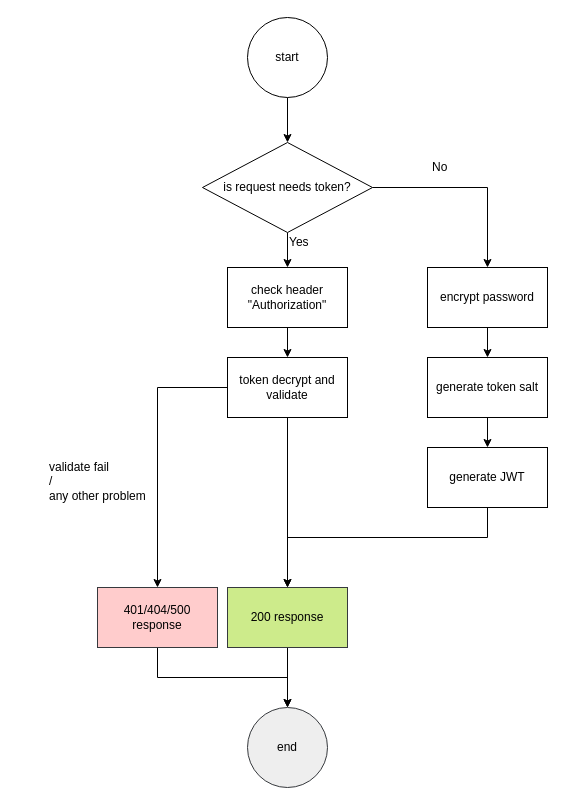
This is page "Page-3" (3 of 3) of microService/Spring Security with JWT.drawio from androidjp/draw-io-note, a draw.io file, before an edit. Source tidied: cells renumbered, new cells numbered last; positions are measured from the earlier drawing's top-left corner, leaving out a move shared by most shapes. Both pictures are drawn from the tidied source at 100%, with x=0, y=0 at pixel (47, 17).
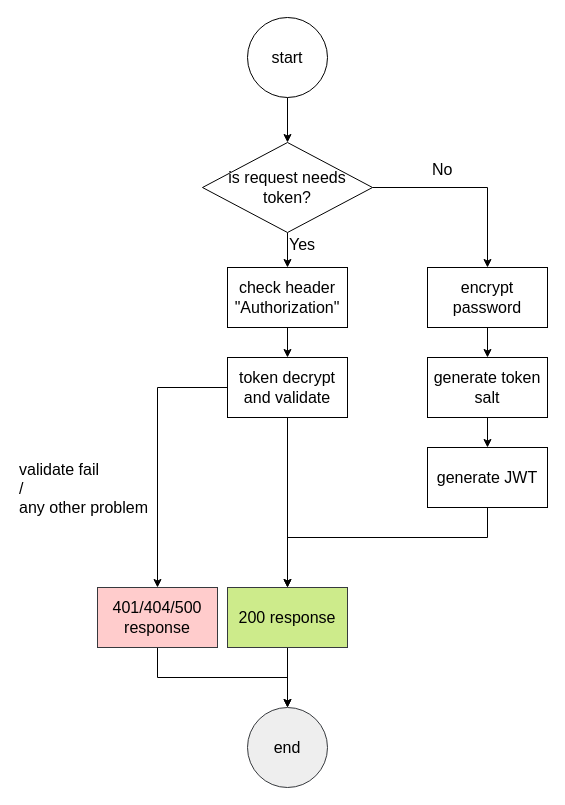
After the change.

Diff of the diagram source:
```diff
@@
-    <mxCell id="2" style="edgeStyle=orthogonalEdgeStyle;rounded=0;jettySize=auto;html=1;exitX=0.5;exitY=1;exitDx=0;exitDy=0;" parent="1" edge="1" source="3" target="14">
+    <mxCell id="2" style="edgeStyle=orthogonalEdgeStyle;rounded=0;jettySize=auto;html=1;exitX=0.5;exitY=1;exitDx=0;exitDy=0;fontSize=16;" parent="1" edge="1" source="3" target="14">
       <mxGeometry relative="1" as="geometry" />
     </mxCell>
-    <mxCell id="3" value="start" style="ellipse;whiteSpace=wrap;html=1;" parent="1" vertex="1">
+    <mxCell id="3" value="start" style="ellipse;whiteSpace=wrap;html=1;fontSize=16;" parent="1" vertex="1">
       <mxGeometry x="200" width="80" height="80" as="geometry" />
     </mxCell>
-    <mxCell id="4" style="edgeStyle=orthogonalEdgeStyle;rounded=0;jettySize=auto;html=1;" parent="1" edge="1" source="5" target="7">
+    <mxCell id="4" style="edgeStyle=orthogonalEdgeStyle;rounded=0;jettySize=auto;html=1;fontSize=16;" parent="1" edge="1" source="5" target="7">
       <mxGeometry relative="1" as="geometry" />
     </mxCell>
-    <mxCell id="5" value="encrypt password" style="rounded=0;whiteSpace=wrap;html=1;" parent="1" vertex="1">
+    <mxCell id="5" value="encrypt password" style="rounded=0;whiteSpace=wrap;html=1;fontSize=16;" parent="1" vertex="1">
       <mxGeometry x="380" y="250" width="120" height="60" as="geometry" />
     </mxCell>
-    <mxCell id="6" style="edgeStyle=orthogonalEdgeStyle;rounded=0;jettySize=auto;html=1;" parent="1" edge="1" source="7" target="9">
+    <mxCell id="6" style="edgeStyle=orthogonalEdgeStyle;rounded=0;jettySize=auto;html=1;fontSize=16;" parent="1" edge="1" source="7" target="9">
       <mxGeometry relative="1" as="geometry" />
     </mxCell>
-    <mxCell id="7" value="generate token salt" style="rounded=0;whiteSpace=wrap;html=1;" parent="1" vertex="1">
+    <mxCell id="7" value="generate token salt" style="rounded=0;whiteSpace=wrap;html=1;fontSize=16;" parent="1" vertex="1">
       <mxGeometry x="380" y="340" width="120" height="60" as="geometry" />
     </mxCell>
-    <mxCell id="8" style="edgeStyle=orthogonalEdgeStyle;rounded=0;jettySize=auto;html=1;exitX=0.5;exitY=1;exitDx=0;exitDy=0;" parent="1" edge="1" source="9" target="23">
+    <mxCell id="8" style="edgeStyle=orthogonalEdgeStyle;rounded=0;jettySize=auto;html=1;exitX=0.5;exitY=1;exitDx=0;exitDy=0;fontSize=16;" parent="1" edge="1" source="9" target="23">
       <mxGeometry relative="1" as="geometry">
         <Array as="points">
           <mxPoint x="440" y="520" />
           <mxPoint x="240" y="520" />
         </Array>
       </mxGeometry>
     </mxCell>
-    <mxCell id="9" value="generate JWT" style="rounded=0;whiteSpace=wrap;html=1;" parent="1" vertex="1">
+    <mxCell id="9" value="generate JWT" style="rounded=0;whiteSpace=wrap;html=1;fontSize=16;" parent="1" vertex="1">
       <mxGeometry x="380" y="430" width="120" height="60" as="geometry" />
     </mxCell>
-    <mxCell id="10" style="edgeStyle=orthogonalEdgeStyle;rounded=0;jettySize=auto;html=1;exitX=0.5;exitY=1;exitDx=0;exitDy=0;entryX=0.5;entryY=0;entryDx=0;entryDy=0;" parent="1" edge="1" source="11" target="19">
+    <mxCell id="10" style="edgeStyle=orthogonalEdgeStyle;rounded=0;jettySize=auto;html=1;exitX=0.5;exitY=1;exitDx=0;exitDy=0;entryX=0.5;entryY=0;entryDx=0;entryDy=0;fontSize=16;" parent="1" edge="1" source="11" target="19">
       <mxGeometry relative="1" as="geometry" />
     </mxCell>
-    <mxCell id="11" value="check header &quot;Authorization&quot;" style="rounded=0;whiteSpace=wrap;html=1;" parent="1" vertex="1">
+    <mxCell id="11" value="check header &quot;Authorization&quot;" style="rounded=0;whiteSpace=wrap;html=1;fontSize=16;" parent="1" vertex="1">
       <mxGeometry x="180" y="250" width="120" height="60" as="geometry" />
     </mxCell>
-    <mxCell id="12" style="edgeStyle=orthogonalEdgeStyle;rounded=0;jettySize=auto;html=1;exitX=1;exitY=0.5;exitDx=0;exitDy=0;" parent="1" edge="1" source="14" target="5">
+    <mxCell id="12" style="edgeStyle=orthogonalEdgeStyle;rounded=0;jettySize=auto;html=1;exitX=1;exitY=0.5;exitDx=0;exitDy=0;fontSize=16;" parent="1" edge="1" source="14" target="5">
       <mxGeometry relative="1" as="geometry" />
     </mxCell>
-    <mxCell id="13" style="edgeStyle=orthogonalEdgeStyle;rounded=0;jettySize=auto;html=1;exitX=0.5;exitY=1;exitDx=0;exitDy=0;" parent="1" edge="1" source="14" target="11">
+    <mxCell id="13" style="edgeStyle=orthogonalEdgeStyle;rounded=0;jettySize=auto;html=1;exitX=0.5;exitY=1;exitDx=0;exitDy=0;fontSize=16;" parent="1" edge="1" source="14" target="11">
       <mxGeometry relative="1" as="geometry" />
     </mxCell>
-    <mxCell id="14" value="is request needs token?" style="rhombus;whiteSpace=wrap;html=1;" parent="1" vertex="1">
+    <mxCell id="14" value="is request needs token?" style="rhombus;whiteSpace=wrap;html=1;fontSize=16;" parent="1" vertex="1">
       <mxGeometry x="155" y="125" width="170" height="90" as="geometry" />
     </mxCell>
-    <mxCell id="15" value="No" style="text;html=1;align=left;verticalAlign=top;spacingTop=-4;" parent="1" vertex="1">
+    <mxCell id="15" value="No" style="text;html=1;align=left;verticalAlign=top;spacingTop=-4;fontSize=16;" parent="1" vertex="1">
       <mxGeometry x="383" y="140" width="30" height="20" as="geometry" />
     </mxCell>
-    <mxCell id="16" value="end" style="ellipse;whiteSpace=wrap;html=1;fillColor=#eeeeee;strokeColor=#36393d;" parent="1" vertex="1">
+    <mxCell id="16" value="end" style="ellipse;whiteSpace=wrap;html=1;fillColor=#eeeeee;strokeColor=#36393d;fontSize=16;" parent="1" vertex="1">
       <mxGeometry x="200" y="690" width="80" height="80" as="geometry" />
     </mxCell>
-    <mxCell id="17" style="edgeStyle=orthogonalEdgeStyle;rounded=0;jettySize=auto;html=1;" parent="1" edge="1" source="19" target="21">
+    <mxCell id="17" style="edgeStyle=orthogonalEdgeStyle;rounded=0;jettySize=auto;html=1;fontSize=16;" parent="1" edge="1" source="19" target="21">
       <mxGeometry relative="1" as="geometry" />
     </mxCell>
-    <mxCell id="18" style="edgeStyle=orthogonalEdgeStyle;rounded=0;jettySize=auto;html=1;exitX=0.5;exitY=1;exitDx=0;exitDy=0;" parent="1" edge="1" source="19" target="23">
+    <mxCell id="18" style="edgeStyle=orthogonalEdgeStyle;rounded=0;jettySize=auto;html=1;exitX=0.5;exitY=1;exitDx=0;exitDy=0;fontSize=16;" parent="1" edge="1" source="19" target="23">
       <mxGeometry relative="1" as="geometry" />
     </mxCell>
-    <mxCell id="19" value="token&amp;nbsp;decrypt and validate" style="rounded=0;whiteSpace=wrap;html=1;" parent="1" vertex="1">
+    <mxCell id="19" value="token&amp;nbsp;decrypt and validate" style="rounded=0;whiteSpace=wrap;html=1;fontSize=16;" parent="1" vertex="1">
       <mxGeometry x="180" y="340" width="120" height="60" as="geometry" />
     </mxCell>
-    <mxCell id="20" style="edgeStyle=orthogonalEdgeStyle;rounded=0;jettySize=auto;html=1;exitX=0.5;exitY=1;exitDx=0;exitDy=0;entryX=0.5;entryY=0;entryDx=0;entryDy=0;" parent="1" edge="1" source="21" target="16">
+    <mxCell id="20" style="edgeStyle=orthogonalEdgeStyle;rounded=0;jettySize=auto;html=1;exitX=0.5;exitY=1;exitDx=0;exitDy=0;entryX=0.5;entryY=0;entryDx=0;entryDy=0;fontSize=16;" parent="1" edge="1" source="21" target="16">
       <mxGeometry relative="1" as="geometry" />
     </mxCell>
-    <mxCell id="21" value="401/404/500 response" style="rounded=0;whiteSpace=wrap;html=1;fillColor=#ffcccc;strokeColor=#36393d;" parent="1" vertex="1">
+    <mxCell id="21" value="401/404/500 response" style="rounded=0;whiteSpace=wrap;html=1;fillColor=#ffcccc;strokeColor=#36393d;fontSize=16;" parent="1" vertex="1">
       <mxGeometry x="50" y="570" width="120" height="60" as="geometry" />
     </mxCell>
-    <mxCell id="22" style="edgeStyle=orthogonalEdgeStyle;rounded=0;jettySize=auto;html=1;exitX=0.5;exitY=1;exitDx=0;exitDy=0;entryX=0.5;entryY=0;entryDx=0;entryDy=0;" parent="1" edge="1" source="23" target="16">
+    <mxCell id="22" style="edgeStyle=orthogonalEdgeStyle;rounded=0;jettySize=auto;html=1;exitX=0.5;exitY=1;exitDx=0;exitDy=0;entryX=0.5;entryY=0;entryDx=0;entryDy=0;fontSize=16;" parent="1" edge="1" source="23" target="16">
       <mxGeometry relative="1" as="geometry" />
     </mxCell>
-    <mxCell id="23" value="200 response" style="rounded=0;whiteSpace=wrap;html=1;fillColor=#cdeb8b;strokeColor=#36393d;" parent="1" vertex="1">
+    <mxCell id="23" value="200 response" style="rounded=0;whiteSpace=wrap;html=1;fillColor=#cdeb8b;strokeColor=#36393d;fontSize=16;" parent="1" vertex="1">
       <mxGeometry x="180" y="570" width="120" height="60" as="geometry" />
     </mxCell>
-    <mxCell id="24" value="validate fail&lt;br&gt;/&lt;br&gt;any other problem&lt;br&gt;" style="text;html=1;align=left;verticalAlign=top;spacingTop=-4;" parent="1" vertex="1">
-      <mxGeometry y="440" width="110" height="40" as="geometry" />
+    <mxCell id="24" value="validate fail&lt;br style=&quot;font-size: 16px;&quot;&gt;/&lt;br style=&quot;font-size: 16px;&quot;&gt;any other problem&lt;br style=&quot;font-size: 16px;&quot;&gt;" style="text;html=1;align=left;verticalAlign=top;spacingTop=-4;fontSize=16;" parent="1" vertex="1">
+      <mxGeometry x="-30" y="440" width="110" height="40" as="geometry" />
     </mxCell>
-    <mxCell id="25" value="Yes" style="text;html=1;align=left;verticalAlign=top;spacingTop=-4;" parent="1" vertex="1">
+    <mxCell id="25" value="Yes" style="text;html=1;align=left;verticalAlign=top;spacingTop=-4;fontSize=16;" parent="1" vertex="1">
       <mxGeometry x="240" y="215" width="40" height="20" as="geometry" />
     </mxCell>
```
